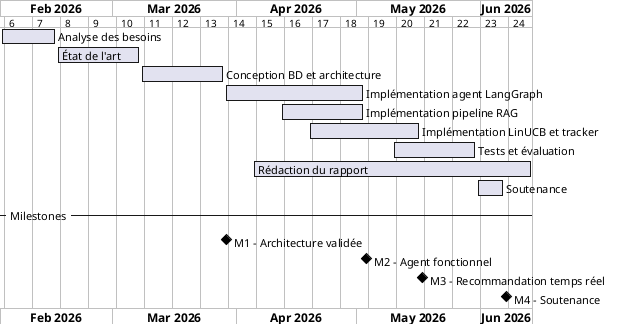
Earlier version of the PlantUML export diagrams/fig_01_gantt.png (ahmed-addali/rapport).
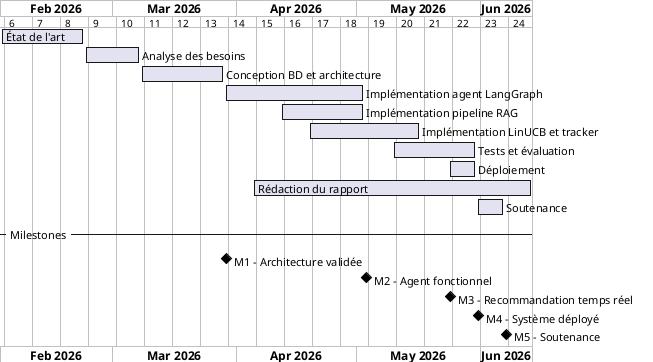
The same diagram one commit later.

What changed in the source:
```diff
@@ -3,8 +3,8 @@
 
 printscale weekly
 
-[Analyse des besoins] starts 2026-02-01 and lasts 2 weeks
-[État de l'art] starts 2026-02-15 and lasts 3 weeks
+[État de l'art] starts 2026-02-01 and lasts 3 weeks
+[Analyse des besoins] starts 2026-02-22 and lasts 2 weeks
 [Conception BD et architecture] starts 2026-03-08 and lasts 3 weeks
 
 [Implémentation agent LangGraph] starts 2026-03-29 and lasts 5 weeks
@@ -13,13 +13,15 @@
 [Implémentation LinUCB et tracker] starts 2026-04-19 and lasts 4 weeks
 
 [Tests et évaluation] starts 2026-05-10 and lasts 3 weeks
+[Déploiement] starts 2026-05-24 and lasts 1 week
 [Rédaction du rapport] starts 2026-04-05 and lasts 10 weeks
 [Soutenance] starts 2026-05-31 and lasts 1 week
 
 -- Milestones --
 [M1 - Architecture validée] happens at 2026-03-29
 [M2 - Agent fonctionnel] happens at 2026-05-03
-[M3 - Recommandation temps réel] happens at 2026-05-17
-[M4 - Soutenance] happens at 2026-06-07
+[M3 - Recommandation temps réel] happens at 2026-05-24
+[M4 - Système déployé] happens at 2026-05-31
+[M5 - Soutenance] happens at 2026-06-07
 
 @endgantt
```
